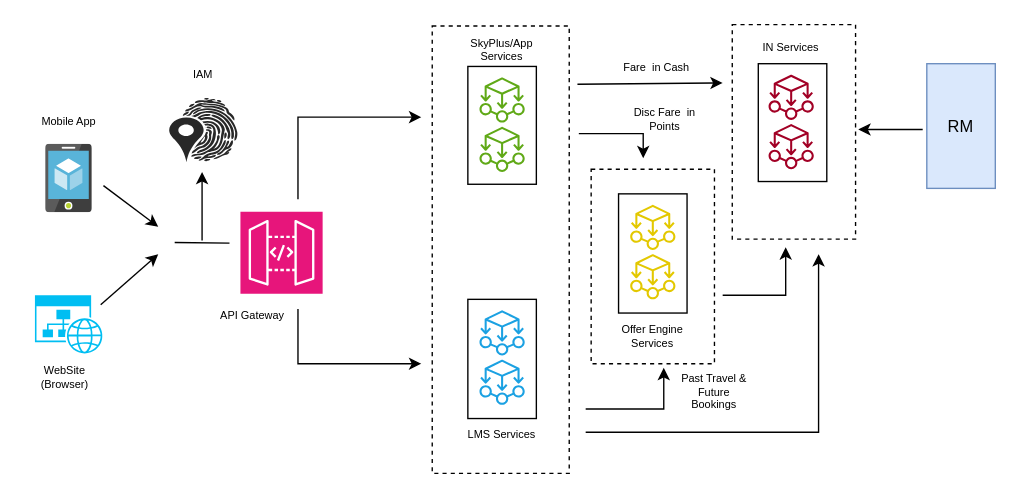
Above: Copy2 of LM.drawio in nchauhan4/drawings (draw.io), before the change. Source tidied: cells renumbered, new cells numbered last; positions are measured from the earlier drawing's top-left corner, leaving out a move shared by most shapes. Both pictures are drawn from the tidied source at 137%, with x=0, y=0 at pixel (23, 23).
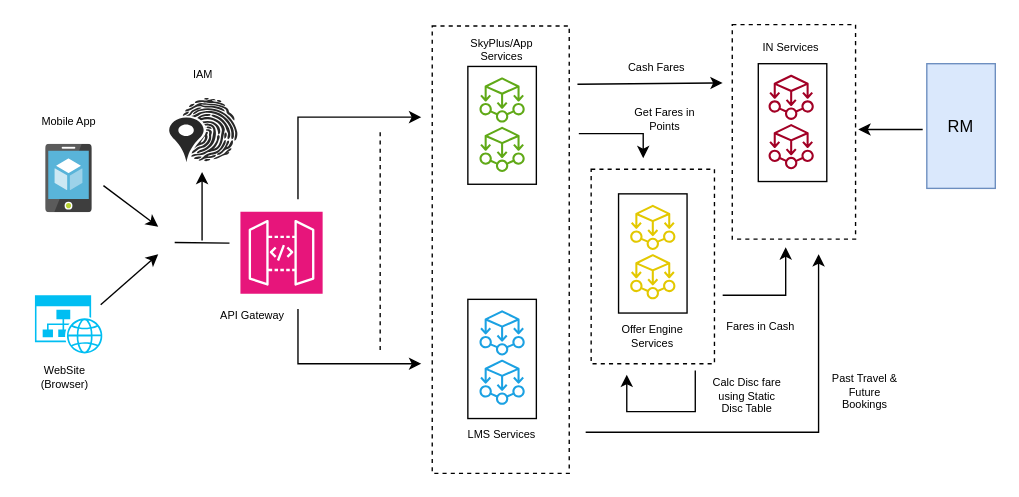
The same diagram, later.

Diff of the diagram source:
```diff
@@
-    <mxCell id="30" style="endArrow=classic;html=1;rounded=0;entryX=0.633;entryY=1.167;entryDx=0;entryDy=0;entryPerimeter=0;" parent="1" edge="1">
-      <mxGeometry relative="1" as="geometry">
-        <mxPoint x="410" y="281" as="sourcePoint" />
-        <mxPoint x="467" y="251" as="targetPoint" />
-        <Array as="points">
-          <mxPoint x="467" y="281" />
-        </Array>
-      </mxGeometry>
-    </mxCell>
@@
-    <mxCell id="42" value="Disc Fare&amp;nbsp; in Points" style="text;html=1;strokeColor=none;fillColor=none;align=center;verticalAlign=middle;whiteSpace=wrap;rounded=0;fontSize=8;" parent="1" vertex="1">
+    <mxCell id="42" value="Get Fares in Points" style="text;html=1;strokeColor=none;fillColor=none;align=center;verticalAlign=middle;whiteSpace=wrap;rounded=0;fontSize=8;" parent="1" vertex="1">
       <mxGeometry x="438" y="55" width="60" height="30" as="geometry" />
     </mxCell>
-    <mxCell id="43" value="Fare&amp;nbsp; in Cash" style="text;html=1;strokeColor=none;fillColor=none;align=center;verticalAlign=middle;whiteSpace=wrap;rounded=0;fontSize=8;" parent="1" vertex="1">
+    <mxCell id="43" value="Cash Fares" style="text;html=1;strokeColor=none;fillColor=none;align=center;verticalAlign=middle;whiteSpace=wrap;rounded=0;fontSize=8;" parent="1" vertex="1">
       <mxGeometry x="432" y="17" width="60" height="30" as="geometry" />
     </mxCell>
     <mxCell id="44" value="Past Travel &amp;amp; Future Bookings" style="text;html=1;strokeColor=none;fillColor=none;align=center;verticalAlign=middle;whiteSpace=wrap;rounded=0;fontSize=8;" parent="1" vertex="1">
-      <mxGeometry x="474" y="254" width="60" height="30" as="geometry" />
+      <mxGeometry x="584" y="254" width="60" height="30" as="geometry" />
     </mxCell>
+    <mxCell id="45" value="Fares in Cash" style="text;html=1;strokeColor=none;fillColor=none;align=center;verticalAlign=middle;whiteSpace=wrap;rounded=0;fontSize=8;" parent="1" vertex="1">
+      <mxGeometry x="508" y="206" width="60" height="30" as="geometry" />
+    </mxCell>
+    <mxCell id="46" style="endArrow=classic;html=1;rounded=0;" parent="1" edge="1">
+      <mxGeometry relative="1" as="geometry">
+        <mxPoint x="490" y="253" as="sourcePoint" />
+        <mxPoint x="440" y="256" as="targetPoint" />
+        <Array as="points">
+          <mxPoint x="490" y="283" />
+          <mxPoint x="440" y="283" />
+        </Array>
+      </mxGeometry>
+    </mxCell>
+    <mxCell id="47" value="Calc Disc fare using Static Disc Table" style="text;html=1;strokeColor=none;fillColor=none;align=center;verticalAlign=middle;whiteSpace=wrap;rounded=0;fontSize=8;" parent="1" vertex="1">
+      <mxGeometry x="498" y="257" width="60" height="30" as="geometry" />
+    </mxCell>
+    <mxCell id="48" style="endArrow=none;html=1;rounded=0;dashed=1;" parent="1" edge="1">
+      <mxGeometry relative="1" as="geometry">
+        <mxPoint x="260" y="238" as="sourcePoint" />
+        <mxPoint x="260" y="78" as="targetPoint" />
+      </mxGeometry>
+    </mxCell>
```
